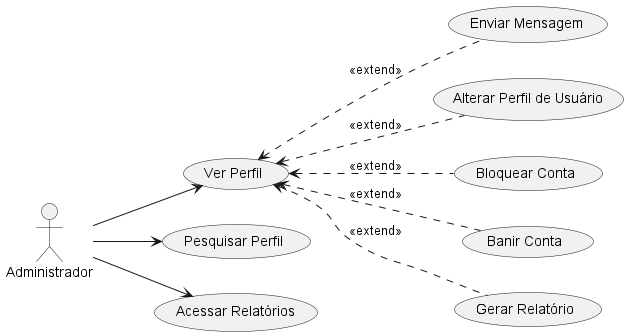
Before: Docs/Novos Casos de Uso/out/Admin/Admin.png, a diagram exported from PlantUML (TheKrauser/Engenharia-Software-II). Its diagram source:
```plantuml
@startuml "Admin"
left to right direction

actor Administrador as ADM

usecase "Ver Perfil" as verPerfil
usecase "Enviar Mensagem" as enviarMensagem
usecase "Pesquisar Perfil" as pesquisarPerfil
usecase "Alterar Perfil de Usuário" as alterarPerfilUser
usecase "Bloquear Conta" as bloquearConta
usecase "Banir Conta" as banirConta
usecase "Acessar Relatórios" as acessarRelatorio
usecase "Gerar Relatório" as gerarRelatorio

ADM --> verPerfil
verPerfil <.. enviarMensagem : <<extend>>
verPerfil <.. alterarPerfilUser : <<extend>>
verPerfil <.. banirConta : <<extend>>
verPerfil <.. bloquearConta : <<extend>>
ADM --> pesquisarPerfil
ADM --> acessarRelatorio
verPerfil <.. gerarRelatorio : <<extend>>

@enduml
```
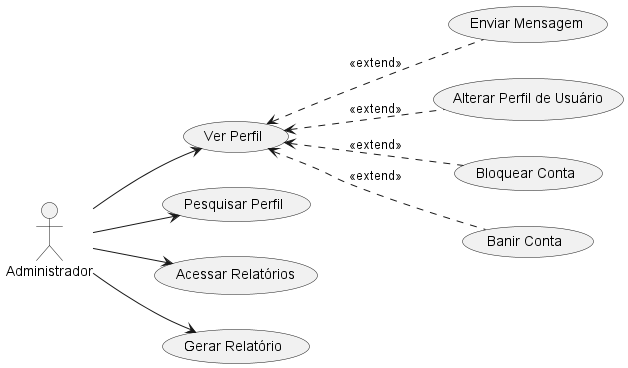
After the change.

The edit, as a diff of the source:
```diff
@@ -19,6 +19,6 @@
 verPerfil <.. bloquearConta : <<extend>>
 ADM --> pesquisarPerfil
 ADM --> acessarRelatorio
-verPerfil <.. gerarRelatorio : <<extend>>
+ADM --> gerarRelatorio
 
 @enduml
```
